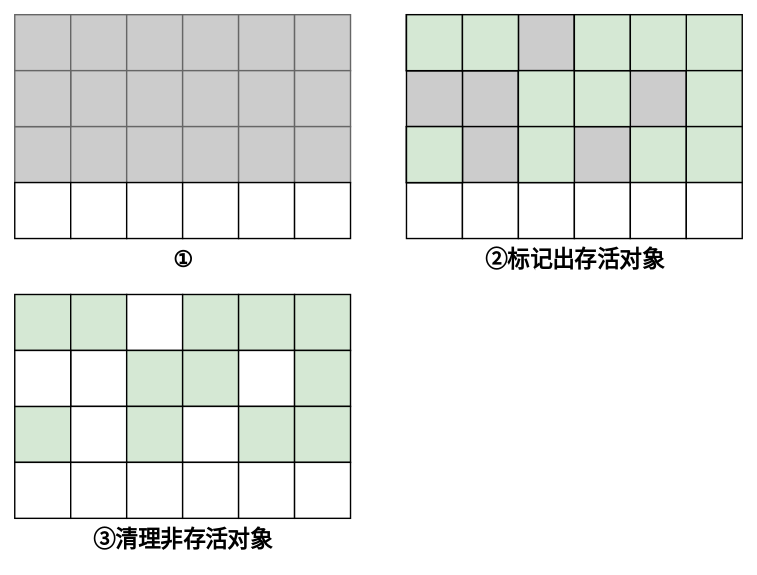
The draw.io diagram Java/JVM/GC回收机制/标记清除算法.drawio.svg in Developer-Tang/notes, before a commit. Source tidied: cells renumbered, new cells last; positions are measured from the earlier drawing's top-left corner, leaving out a move shared by most shapes.
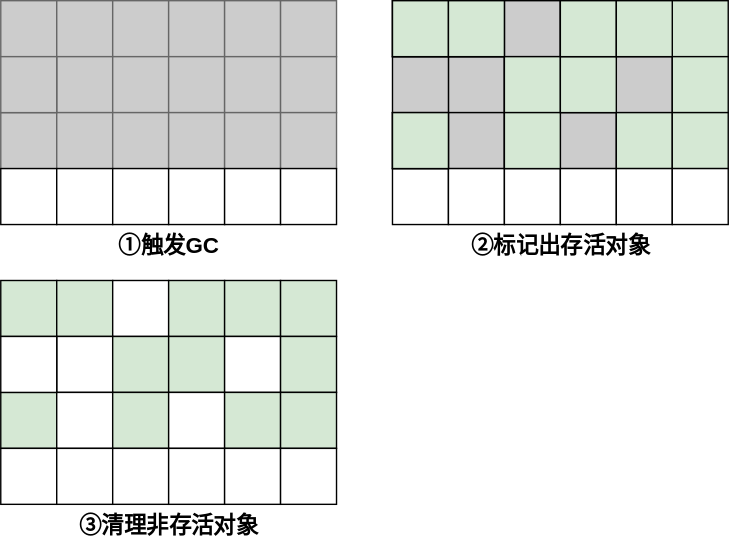
The same file after the commit.

What changed in the source:
```diff
@@ -74,8 +74,8 @@
     <mxCell id="25" style="rounded=0;whiteSpace=wrap;html=1;fillColor=#CCCCCC;strokeColor=#666666;fontColor=#333333;fontSize=16;fontStyle=1;" parent="1" vertex="1">
       <mxGeometry y="40" width="40" height="40" as="geometry" />
     </mxCell>
-    <mxCell id="26" value="①" style="text;html=1;align=center;verticalAlign=middle;strokeColor=none;fillColor=none;fontSize=16;fontStyle=1;" parent="1" vertex="1">
-      <mxGeometry x="100" y="160" width="40" height="30" as="geometry" />
+    <mxCell id="26" value="①触发GC" style="text;html=1;align=center;verticalAlign=middle;strokeColor=none;fillColor=none;fontSize=16;fontStyle=1;" parent="1" vertex="1">
+      <mxGeometry x="70" y="160" width="100" height="30" as="geometry" />
     </mxCell>
     <mxCell id="27" value="②标记出存活对象" style="text;html=1;align=center;verticalAlign=middle;strokeColor=none;fillColor=none;fontSize=16;fontStyle=1;" parent="1" vertex="1">
       <mxGeometry x="325" y="160" width="150" height="30" as="geometry" />
```
